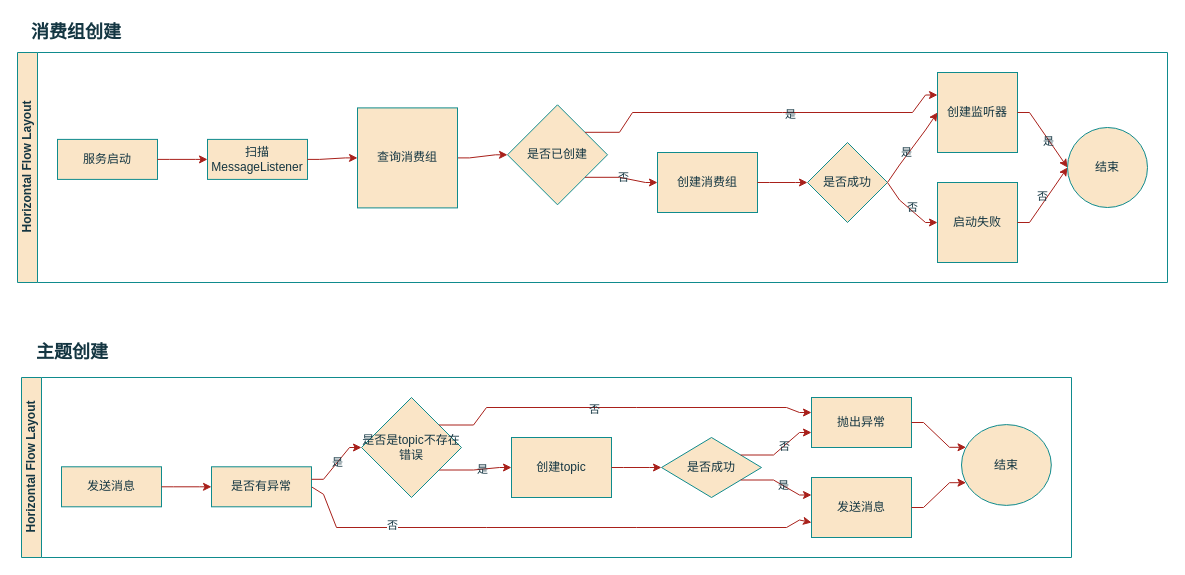
demonran/draw-image keeps this draw.io diagram as 华为云MQ自动创建方案.drawio. Above is the earlier version. Source tidied: cells renumbered, new cells numbered last; positions are measured from the earlier drawing's top-left corner, leaving out a move shared by most shapes. Both pictures are drawn from the tidied source at 100%, with x=0, y=0 at pixel (17, 17).
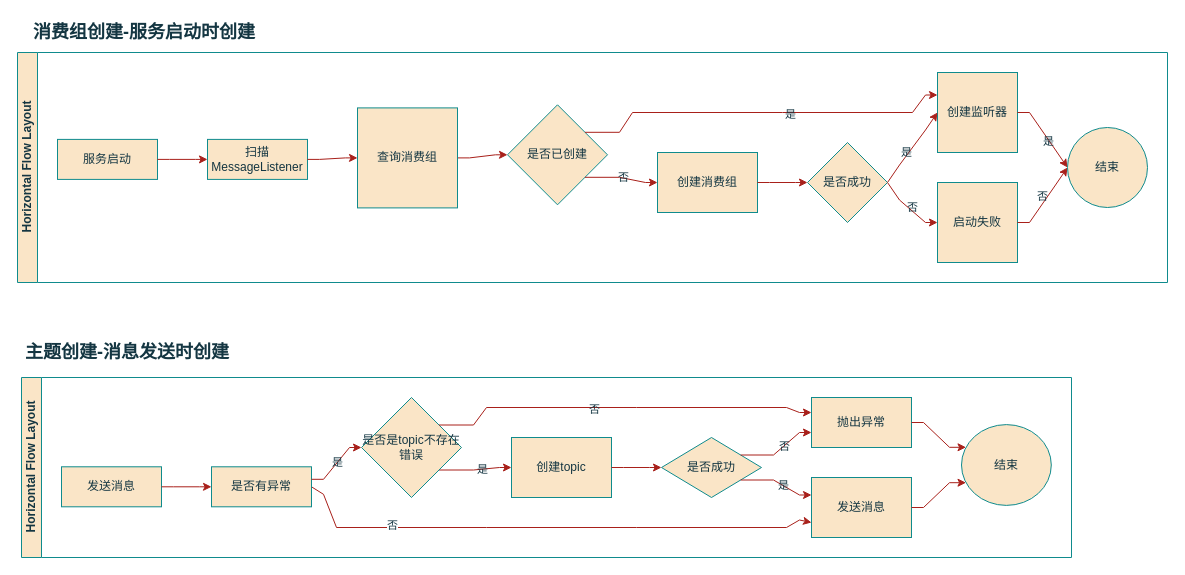
After the change.

Commit message:
更新华为云MQ自动创建方案.drawio

Change to the diagram source:
```diff
@@
-    <mxCell id="53" value="&lt;b&gt;&lt;font style=&quot;font-size: 18px;&quot;&gt;消费组创建&lt;/font&gt;&lt;/b&gt;" style="text;html=1;strokeColor=none;fillColor=none;align=center;verticalAlign=middle;whiteSpace=wrap;rounded=0;fontColor=#143642;" parent="1" vertex="1">
-      <mxGeometry x="4" width="110" height="30" as="geometry" />
+    <mxCell id="53" value="&lt;b&gt;&lt;font style=&quot;font-size: 18px;&quot;&gt;消费组创建-服务启动时创建&lt;/font&gt;&lt;/b&gt;" style="text;html=1;strokeColor=none;fillColor=none;align=center;verticalAlign=middle;whiteSpace=wrap;rounded=0;fontColor=#143642;" parent="1" vertex="1">
+      <mxGeometry x="4" width="246" height="30" as="geometry" />
     </mxCell>
-    <mxCell id="54" value="&lt;b&gt;&lt;font style=&quot;font-size: 18px;&quot;&gt;主题创建&lt;/font&gt;&lt;/b&gt;" style="text;html=1;strokeColor=none;fillColor=none;align=center;verticalAlign=middle;whiteSpace=wrap;rounded=0;fontColor=#143642;" parent="1" vertex="1">
-      <mxGeometry y="320" width="110" height="30" as="geometry" />
+    <mxCell id="54" value="&lt;b&gt;&lt;font style=&quot;font-size: 18px;&quot;&gt;主题创建-消息发送时创建&lt;/font&gt;&lt;/b&gt;" style="text;html=1;strokeColor=none;fillColor=none;align=center;verticalAlign=middle;whiteSpace=wrap;rounded=0;fontColor=#143642;" parent="1" vertex="1">
+      <mxGeometry y="320" width="220" height="30" as="geometry" />
     </mxCell>
```
